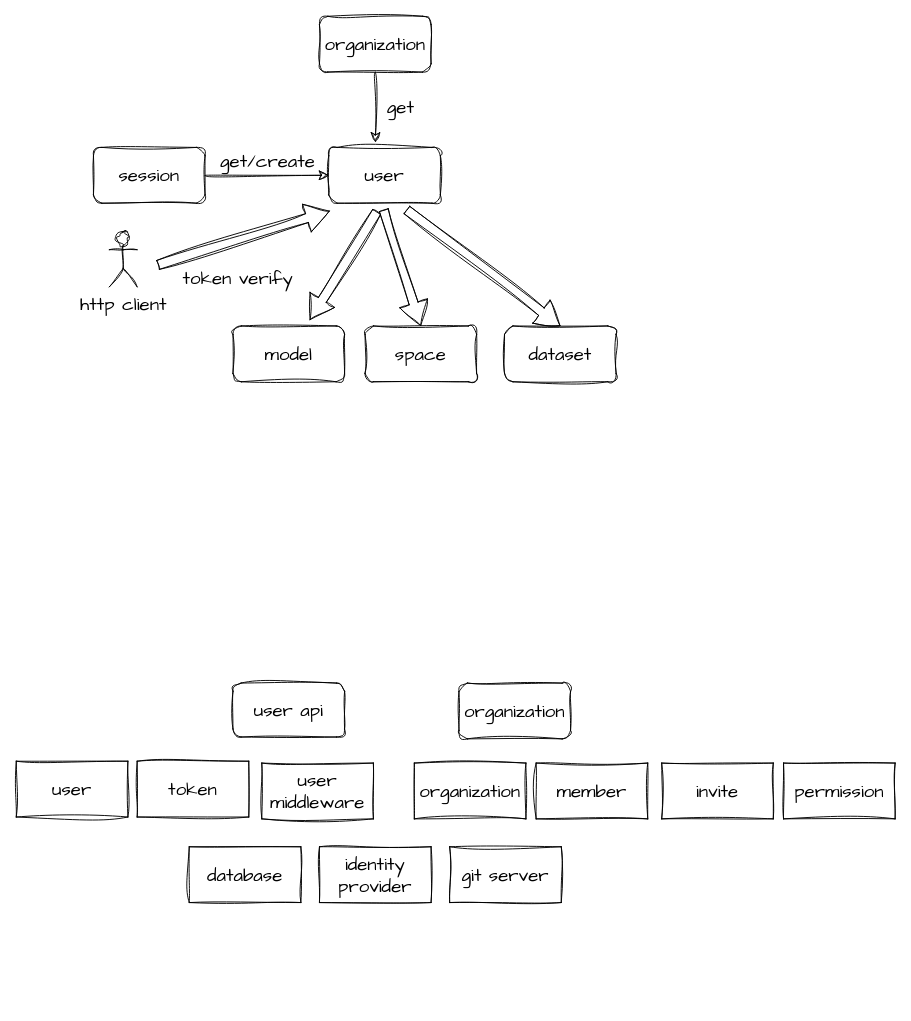
pkking/mydrawio keeps this draw.io diagram as user_org.drawio. Above is the earlier version. Source tidied: cells renumbered, new cells numbered last; positions are measured from the earlier drawing's top-left corner, leaving out a move shared by most shapes. Both pictures are drawn from the tidied source at 93%, with x=0, y=0 at pixel (16, 16).
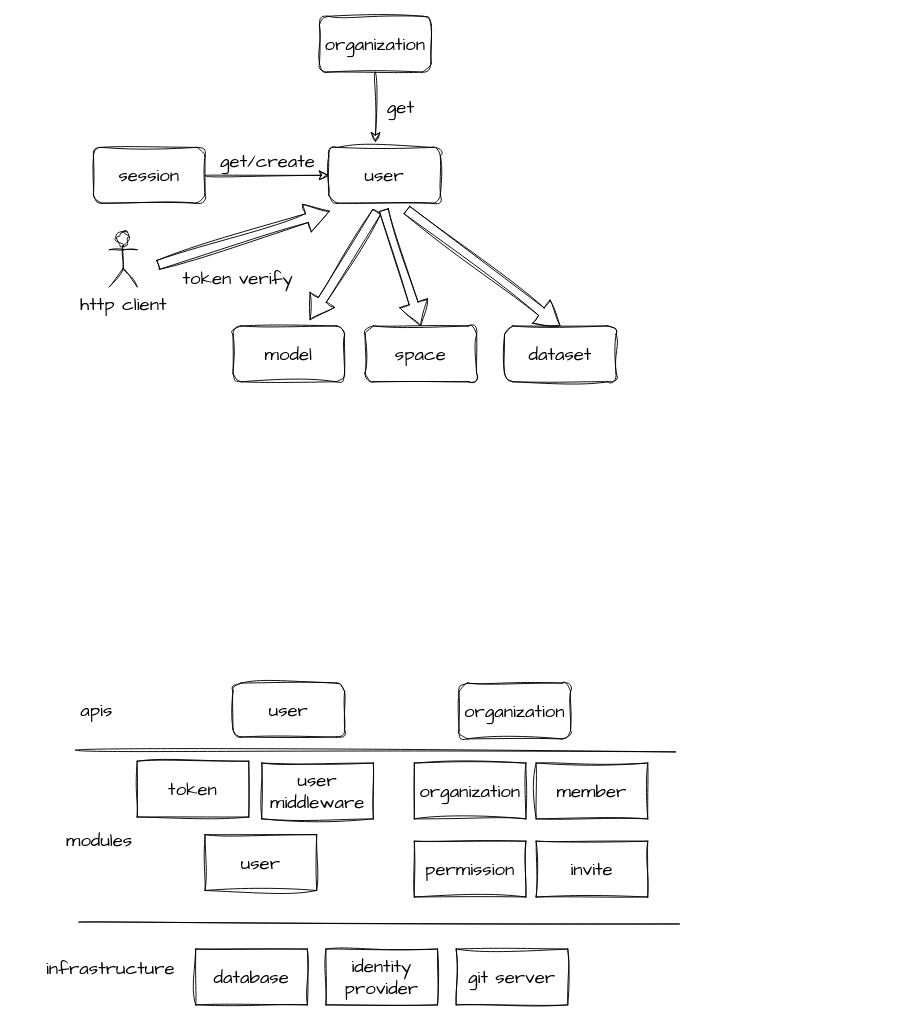
The same diagram, later.

Diff of the diagram source:
```diff
@@
-    <mxCell id="18" value="user api" style="rounded=1;whiteSpace=wrap;html=1;sketch=1;hachureGap=4;jiggle=2;curveFitting=1;fontFamily=Architects Daughter;fontSize=20;" parent="1" vertex="1">
+    <mxCell id="18" value="user" style="rounded=1;whiteSpace=wrap;html=1;sketch=1;hachureGap=4;jiggle=2;curveFitting=1;fontFamily=Architects Daughter;fontSize=20;" parent="1" vertex="1">
       <mxGeometry x="233" y="717" width="120" height="58" as="geometry" />
     </mxCell>
@@
     <mxCell id="22" value="user" style="rounded=0;whiteSpace=wrap;html=1;sketch=1;hachureGap=4;jiggle=2;curveFitting=1;fontFamily=Architects Daughter;fontSize=20;" parent="1" vertex="1">
-      <mxGeometry y="801" width="120" height="60" as="geometry" />
+      <mxGeometry x="203" y="880" width="120" height="60" as="geometry" />
     </mxCell>
@@
     <mxCell id="25" value="invite" style="rounded=0;whiteSpace=wrap;html=1;sketch=1;hachureGap=4;jiggle=2;curveFitting=1;fontFamily=Architects Daughter;fontSize=20;" parent="1" vertex="1">
-      <mxGeometry x="694" y="803" width="120" height="60" as="geometry" />
+      <mxGeometry x="559" y="887" width="120" height="60" as="geometry" />
     </mxCell>
     <mxCell id="26" value="permission" style="rounded=0;whiteSpace=wrap;html=1;sketch=1;hachureGap=4;jiggle=2;curveFitting=1;fontFamily=Architects Daughter;fontSize=20;" parent="1" vertex="1">
-      <mxGeometry x="825" y="803" width="120" height="60" as="geometry" />
+      <mxGeometry x="428" y="887" width="120" height="60" as="geometry" />
     </mxCell>
     <mxCell id="27" value="database" style="rounded=0;whiteSpace=wrap;html=1;sketch=1;hachureGap=4;jiggle=2;curveFitting=1;fontFamily=Architects Daughter;fontSize=20;" parent="1" vertex="1">
-      <mxGeometry x="186" y="893" width="120" height="60" as="geometry" />
+      <mxGeometry x="193" y="1003" width="120" height="60" as="geometry" />
     </mxCell>
     <mxCell id="28" value="identity provider" style="rounded=0;whiteSpace=wrap;html=1;sketch=1;hachureGap=4;jiggle=2;curveFitting=1;fontFamily=Architects Daughter;fontSize=20;" parent="1" vertex="1">
-      <mxGeometry x="326" y="893" width="120" height="60" as="geometry" />
+      <mxGeometry x="333" y="1003" width="120" height="60" as="geometry" />
     </mxCell>
     <mxCell id="29" value="git server" style="rounded=0;whiteSpace=wrap;html=1;sketch=1;hachureGap=4;jiggle=2;curveFitting=1;fontFamily=Architects Daughter;fontSize=20;" parent="1" vertex="1">
-      <mxGeometry x="466" y="893" width="120" height="60" as="geometry" />
+      <mxGeometry x="473" y="1003" width="120" height="60" as="geometry" />
     </mxCell>
+    <mxCell id="30" style="endArrow=none;html=1;rounded=0;sketch=1;hachureGap=4;jiggle=2;curveFitting=1;fontFamily=Architects Daughter;fontSize=16;curved=1;startSize=8;endSize=8;" parent="1" edge="1">
+      <mxGeometry relative="1" as="geometry">
+        <mxPoint x="63" y="789" as="sourcePoint" />
+        <mxPoint x="709" y="791" as="targetPoint" />
+      </mxGeometry>
+    </mxCell>
+    <mxCell id="31" style="endArrow=none;html=1;rounded=0;sketch=1;hachureGap=4;jiggle=2;curveFitting=1;fontFamily=Architects Daughter;fontSize=16;curved=1;startSize=8;endSize=8;" parent="1" edge="1">
+      <mxGeometry relative="1" as="geometry">
+        <mxPoint x="67" y="974" as="sourcePoint" />
+        <mxPoint x="713" y="976" as="targetPoint" />
+      </mxGeometry>
+    </mxCell>
+    <mxCell id="32" value="infrastructure" style="text;html=1;align=center;verticalAlign=middle;strokeColor=none;fillColor=none;fontFamily=Architects Daughter;fontSize=20;" parent="1" vertex="1">
+      <mxGeometry x="23" y="1005" width="156" height="36" as="geometry" />
+    </mxCell>
+    <mxCell id="33" value="modules" style="text;html=1;align=center;verticalAlign=middle;strokeColor=none;fillColor=none;fontFamily=Architects Daughter;fontSize=20;" parent="1" vertex="1">
+      <mxGeometry x="44" y="868" width="89" height="36" as="geometry" />
+    </mxCell>
+    <mxCell id="34" value="apis" style="text;html=1;align=center;verticalAlign=middle;strokeColor=none;fillColor=none;fontFamily=Architects Daughter;fontSize=20;" parent="1" vertex="1">
+      <mxGeometry x="60" y="728" width="52" height="36" as="geometry" />
+    </mxCell>
```
